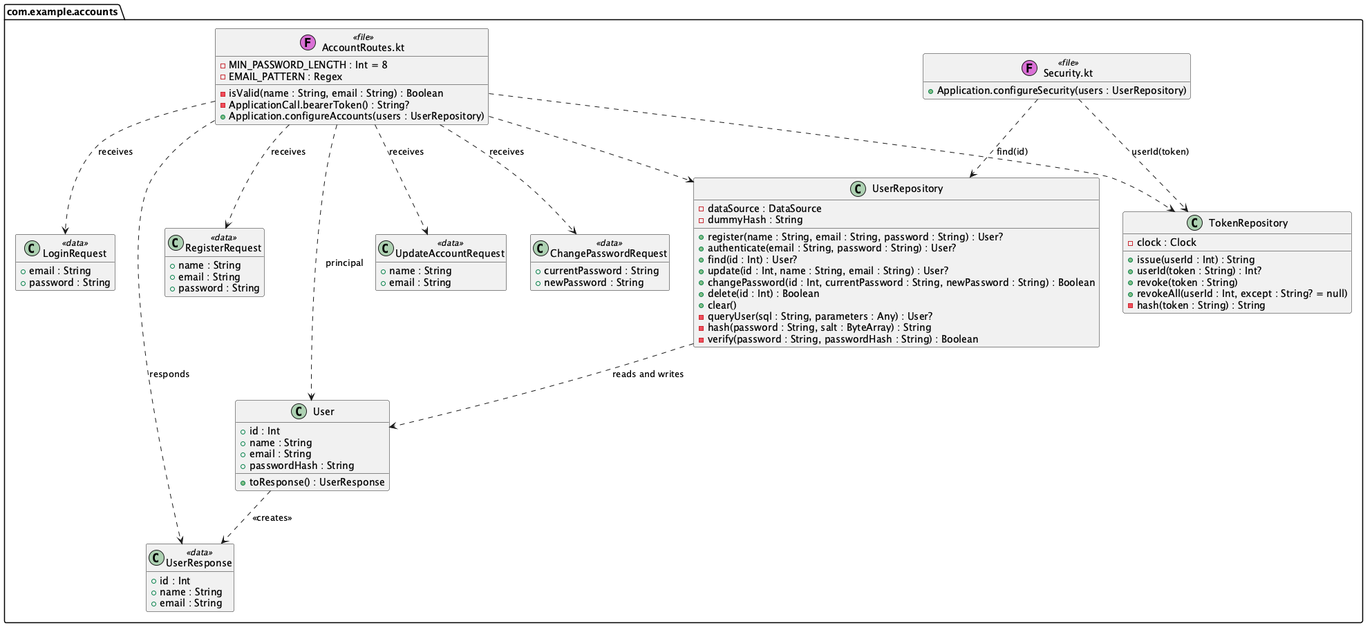
Rent-a-car-38291/rent-a-car keeps this PlantUML diagram as docs/diagrams/class-accounts.png. Above is the earlier version.
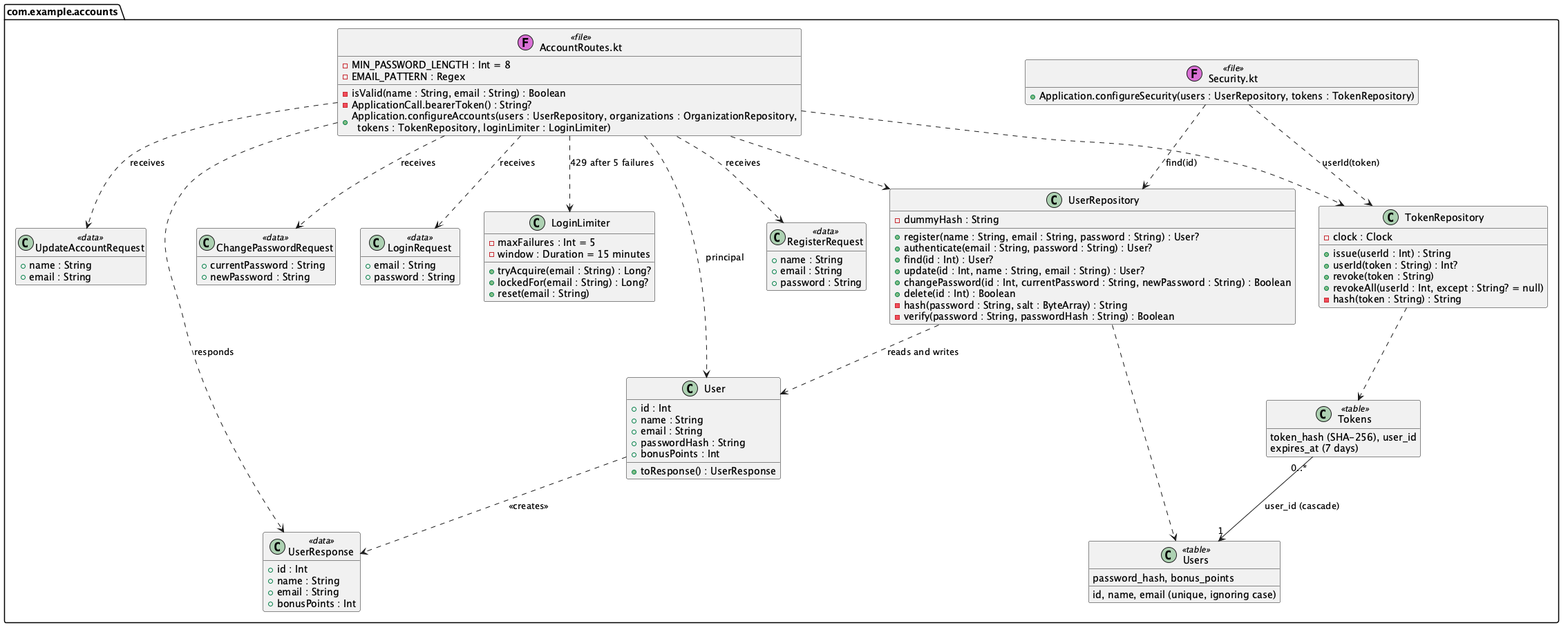
Above is the later version.

The edit, as a diff of the source:
```diff
@@ -8,16 +8,17 @@
     - EMAIL_PATTERN : Regex
     - isValid(name : String, email : String) : Boolean
     - ApplicationCall.bearerToken() : String?
-    + Application.configureAccounts(users : UserRepository)
+    + Application.configureAccounts(users : UserRepository, organizations : OrganizationRepository,\n  tokens : TokenRepository, loginLimiter : LoginLimiter)
   }
   class "Security.kt" as Security <<(F,orchid) file>> {
-    + Application.configureSecurity(users : UserRepository)
+    + Application.configureSecurity(users : UserRepository, tokens : TokenRepository)
   }
   class User {
     + id : Int
     + name : String
     + email : String
     + passwordHash : String
+    + bonusPoints : Int
     + toResponse() : UserResponse
   }
   class RegisterRequest <<data>> {
@@ -41,9 +42,9 @@
     + id : Int
     + name : String
     + email : String
+    + bonusPoints : Int
   }
   class UserRepository {
-    - dataSource : DataSource
     - dummyHash : String
     + register(name : String, email : String, password : String) : User?
     + authenticate(email : String, password : String) : User?
@@ -51,8 +52,6 @@
     + update(id : Int, name : String, email : String) : User?
     + changePassword(id : Int, currentPassword : String, newPassword : String) : Boolean
     + delete(id : Int) : Boolean
-    + clear()
-    - queryUser(sql : String, parameters : Any) : User?
     - hash(password : String, salt : ByteArray) : String
     - verify(password : String, passwordHash : String) : Boolean
   }
@@ -64,9 +63,27 @@
     + revokeAll(userId : Int, except : String? = null)
     - hash(token : String) : String
   }
+  class LoginLimiter {
+    - maxFailures : Int = 5
+    - window : Duration = 15 minutes
+    + tryAcquire(email : String) : Long?
+    + lockedFor(email : String) : Long?
+    + reset(email : String)
+  }
+  class Users <<table>> {
+    id, name, email (unique, ignoring case)
+    password_hash, bonus_points
+  }
+  class Tokens <<table>> {
+    token_hash (SHA-256), user_id
+    expires_at (7 days)
+  }
 }
 
 UserRepository ..> User : reads and writes
+UserRepository ..> Users
+TokenRepository ..> Tokens
+Tokens "0..*" --> "1" Users : user_id (cascade)
 User ..> UserResponse : <<creates>>
 AccountRoutes ..> RegisterRequest : receives
 AccountRoutes ..> LoginRequest : receives
@@ -76,6 +93,7 @@
 AccountRoutes ..> User : principal
 AccountRoutes ..> UserRepository
 AccountRoutes ..> TokenRepository
+AccountRoutes ..> LoginLimiter : 429 after 5 failures
 Security ..> TokenRepository : userId(token)
 Security ..> UserRepository : find(id)
 
```
